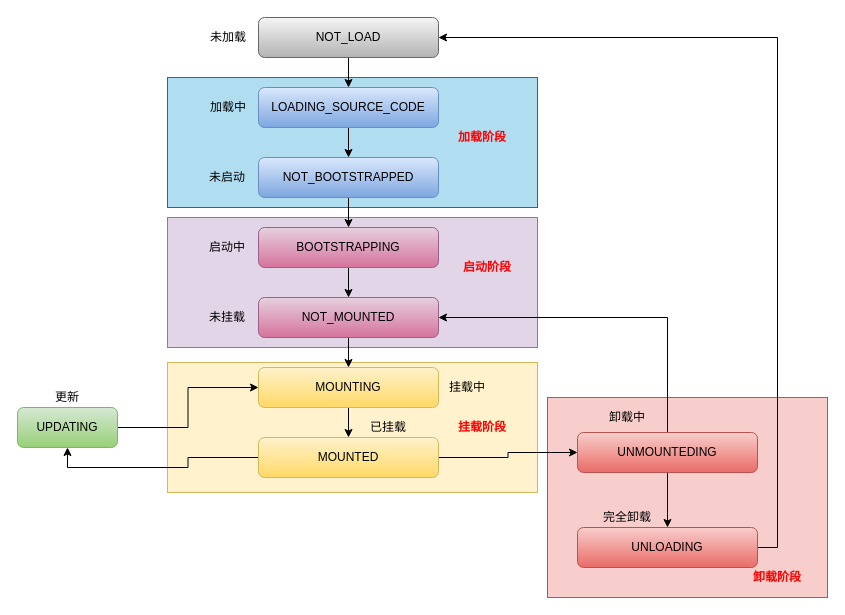
The draw.io diagram single-spa-lifecycles.drawio in sfyr111/draw, before the edit. Source tidied: cells renumbered, new cells numbered last; positions are measured from the earlier drawing's top-left corner, leaving out a move shared by most shapes. Both pictures are drawn from the tidied source at 100%, with x=0, y=0 at pixel (17, 17).
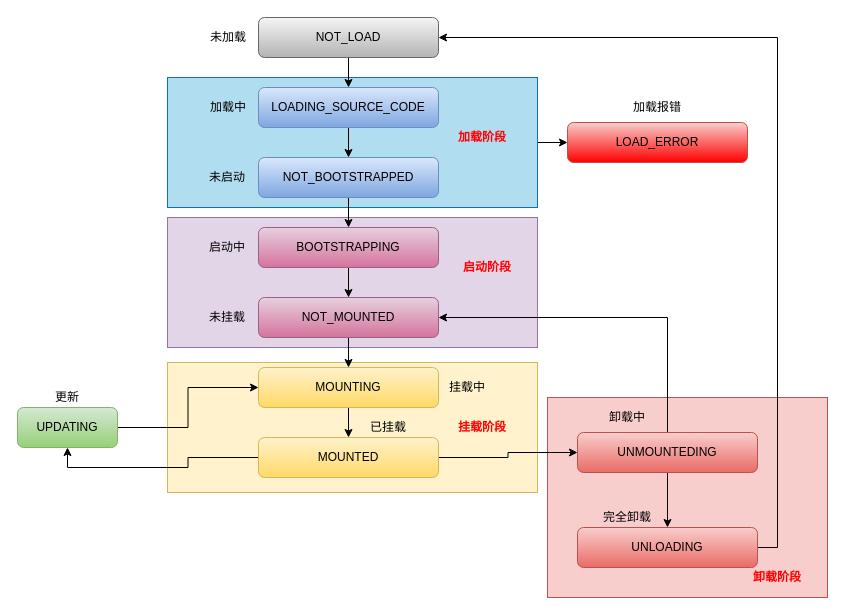
The same diagram, later.

Unchanged cells that the change refers to:
```xml
<mxCell id="5" style="rounded=0;whiteSpace=wrap;html=1;align=left;fillColor=#b1ddf0;strokeColor=#10739e;" parent="1" vertex="1">
  <mxGeometry x="150" y="60" width="370" height="130" as="geometry" />
</mxCell>
```

What changed in the source:
```diff
@@
+    <mxCell id="42" style="edgeStyle=orthogonalEdgeStyle;rounded=0;jettySize=auto;html=1;exitX=1;exitY=0.5;exitDx=0;exitDy=0;" parent="1" edge="1" source="5" target="43">
+      <mxGeometry relative="1" as="geometry" />
+    </mxCell>
@@
+    <mxCell id="43" value="LOAD_ERROR" style="rounded=1;whiteSpace=wrap;html=1;align=center;fillColor=#f8cecc;strokeColor=#b85450;gradientColor=#FF0000;" parent="1" vertex="1">
+      <mxGeometry x="550" y="105" width="180" height="40" as="geometry" />
+    </mxCell>
+    <mxCell id="44" value="加载报错" style="text;html=1;strokeColor=none;fillColor=none;align=center;verticalAlign=middle;whiteSpace=wrap;rounded=0;" parent="1" vertex="1">
+      <mxGeometry x="613" y="80" width="54" height="20" as="geometry" />
+    </mxCell>
```
